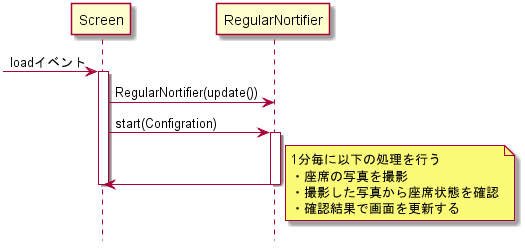
Above: doc/詳細設計/詳細設計書/構成図/座席状態確認シーケンス図.png in KeisukeSugita/Seat-monitoring-system (PlantUML), before the change.
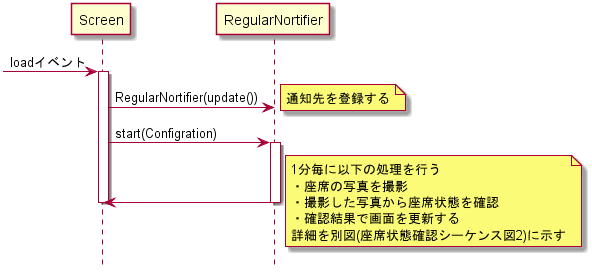
Above is the later version.

What changed in the source:
```diff
@@ -7,6 +7,9 @@
 -> Screen :loadイベント
 activate Screen
 Screen -> RegularNortifier :RegularNortifier(update())
+note right
+	通知先を登録する
+end note
 
 Screen -> RegularNortifier :start(Configration)
 activate RegularNortifier
@@ -18,6 +21,7 @@
 	・座席の写真を撮影
 	・撮影した写真から座席状態を確認
 	・確認結果で画面を更新する
+	詳細を別図(座席状態確認シーケンス図2)に示す
 end note
 
 @enduml
```
